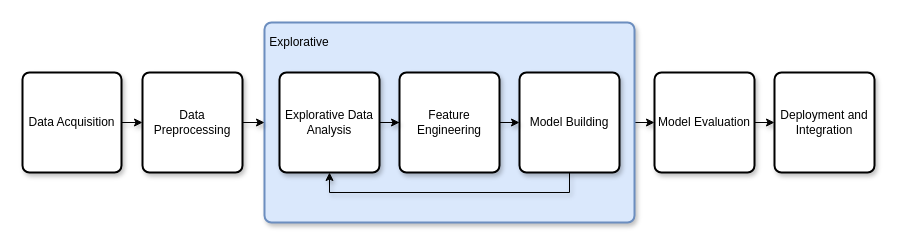
Earlier version of the draw.io diagram Untitled Diagram.drawio (laegsgaardTroels/diagrams). Source tidied: cells renumbered, new cells numbered last; positions are measured from the earlier drawing's top-left corner, leaving out a move shared by most shapes. Both pictures are drawn from the tidied source at 100%, with x=0, y=0 at pixel (22, 22).
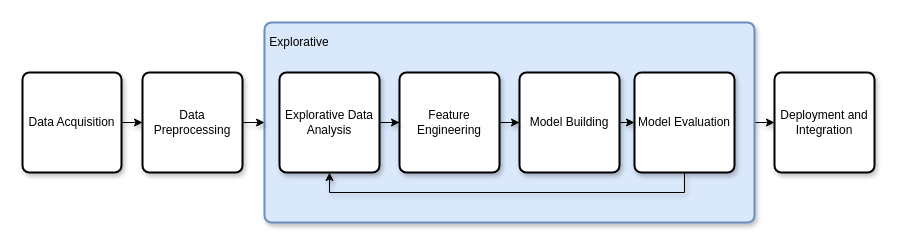
After the change.

Change to the diagram source:
```diff
@@
 <mxGraphModel>
   <root>
     <mxCell id="0" />
     <mxCell id="1" parent="0" />
-    <mxCell id="2" style="edgeStyle=orthogonalEdgeStyle;rounded=0;jettySize=auto;html=1;exitX=1;exitY=0.5;exitDx=0;exitDy=0;entryX=0;entryY=0.5;entryDx=0;entryDy=0;shadow=1;" parent="1" edge="1" source="3" target="9">
-      <mxGeometry relative="1" as="geometry" />
-    </mxCell>
+    <mxCell id="19" style="edgeStyle=orthogonalEdgeStyle;rounded=0;jettySize=auto;html=1;exitX=1;exitY=0.5;exitDx=0;exitDy=0;entryX=0;entryY=0.5;entryDx=0;entryDy=0;shadow=1;" parent="1" edge="1" source="3" target="10">
+      <mxGeometry relative="1" as="geometry" />
+    </mxCell>
     <mxCell id="3" style="rounded=1;whiteSpace=wrap;html=1;absoluteArcSize=1;arcSize=14;strokeWidth=2;shadow=1;fillColor=#dae8fc;strokeColor=#6c8ebf;glass=0;sketch=0;" parent="1" vertex="1">
-      <mxGeometry x="242" width="370" height="200" as="geometry" />
+      <mxGeometry x="242" width="490" height="200" as="geometry" />
     </mxCell>
     <mxCell id="4" style="edgeStyle=orthogonalEdgeStyle;rounded=0;jettySize=auto;html=1;exitX=1;exitY=0.5;exitDx=0;exitDy=0;entryX=0;entryY=0.5;entryDx=0;entryDy=0;shadow=1;" parent="1" edge="1" source="5" target="7">
       <mxGeometry relative="1" as="geometry" />
     </mxCell>
     <mxCell id="5" value="Data Acquisition" style="rounded=1;whiteSpace=wrap;html=1;absoluteArcSize=1;arcSize=14;strokeWidth=2;shadow=1;" parent="1" vertex="1">
       <mxGeometry y="50" width="99" height="100" as="geometry" />
     </mxCell>
     <mxCell id="6" style="edgeStyle=orthogonalEdgeStyle;rounded=0;jettySize=auto;html=1;exitX=1;exitY=0.5;exitDx=0;exitDy=0;entryX=0;entryY=0.5;entryDx=0;entryDy=0;shadow=1;" parent="1" edge="1" source="7" target="3">
       <mxGeometry relative="1" as="geometry" />
     </mxCell>
     <mxCell id="7" value="Data Preprocessing" style="rounded=1;whiteSpace=wrap;html=1;absoluteArcSize=1;arcSize=14;strokeWidth=2;shadow=1;" parent="1" vertex="1">
       <mxGeometry x="120" y="50" width="100" height="100" as="geometry" />
     </mxCell>
-    <mxCell id="8" style="edgeStyle=orthogonalEdgeStyle;rounded=0;jettySize=auto;html=1;exitX=1;exitY=0.5;exitDx=0;exitDy=0;entryX=0;entryY=0.5;entryDx=0;entryDy=0;shadow=1;" parent="1" edge="1" source="9" target="10">
-      <mxGeometry relative="1" as="geometry" />
-    </mxCell>
+    <mxCell id="20" style="edgeStyle=orthogonalEdgeStyle;rounded=0;jettySize=auto;html=1;exitX=0.5;exitY=1;exitDx=0;exitDy=0;entryX=0.5;entryY=1;entryDx=0;entryDy=0;shadow=1;" parent="1" edge="1" source="9" target="12">
+      <mxGeometry relative="1" as="geometry" />
+    </mxCell>
     <mxCell id="9" value="Model Evaluation" style="rounded=1;whiteSpace=wrap;html=1;absoluteArcSize=1;arcSize=14;strokeWidth=2;shadow=1;" parent="1" vertex="1">
-      <mxGeometry x="632" y="50" width="100" height="100" as="geometry" />
+      <mxGeometry x="612" y="50" width="100" height="100" as="geometry" />
     </mxCell>
     <mxCell id="10" value="Deployment and Integration" style="rounded=1;whiteSpace=wrap;html=1;absoluteArcSize=1;arcSize=14;strokeWidth=2;shadow=1;" parent="1" vertex="1">
       <mxGeometry x="752" y="50" width="100" height="100" as="geometry" />
     </mxCell>
     <mxCell id="11" style="group;shadow=1;" parent="1" vertex="1">
       <mxGeometry x="257" y="50" width="340" height="100" as="geometry" />
     </mxCell>
     <mxCell id="12" value="Explorative Data Analysis" style="rounded=1;whiteSpace=wrap;html=1;absoluteArcSize=1;arcSize=14;strokeWidth=2;shadow=1;" parent="11" vertex="1">
       <mxGeometry width="100" height="100" as="geometry" />
     </mxCell>
     <mxCell id="13" value="Feature Engineering" style="rounded=1;whiteSpace=wrap;html=1;absoluteArcSize=1;arcSize=14;strokeWidth=2;shadow=1;" parent="11" vertex="1">
       <mxGeometry x="120" width="100" height="100" as="geometry" />
     </mxCell>
     <mxCell id="14" style="edgeStyle=orthogonalEdgeStyle;rounded=0;jettySize=auto;html=1;exitX=1;exitY=0.5;exitDx=0;exitDy=0;shadow=1;" parent="11" edge="1" source="12" target="13">
       <mxGeometry as="geometry" />
     </mxCell>
-    <mxCell id="15" style="edgeStyle=orthogonalEdgeStyle;rounded=0;jettySize=auto;html=1;exitX=0.5;exitY=1;exitDx=0;exitDy=0;entryX=0.5;entryY=1;entryDx=0;entryDy=0;shadow=1;" parent="11" edge="1" source="16" target="12">
-      <mxGeometry relative="1" as="geometry" />
-    </mxCell>
     <mxCell id="16" value="Model Building" style="rounded=1;whiteSpace=wrap;html=1;absoluteArcSize=1;arcSize=14;strokeWidth=2;shadow=1;" parent="11" vertex="1">
       <mxGeometry x="240" width="100" height="100" as="geometry" />
     </mxCell>
     <mxCell id="17" style="edgeStyle=orthogonalEdgeStyle;rounded=0;jettySize=auto;html=1;exitX=1;exitY=0.5;exitDx=0;exitDy=0;entryX=0;entryY=0.5;entryDx=0;entryDy=0;shadow=1;" parent="11" edge="1" source="13" target="16">
       <mxGeometry as="geometry" />
     </mxCell>
     <mxCell id="18" value="Explorative" style="text;html=1;strokeColor=none;fillColor=none;align=center;verticalAlign=middle;whiteSpace=wrap;rounded=0;shadow=1;" parent="1" vertex="1">
       <mxGeometry x="257" y="10" width="40" height="20" as="geometry" />
     </mxCell>
+    <mxCell id="21" style="edgeStyle=orthogonalEdgeStyle;rounded=0;jettySize=auto;html=1;exitX=1;exitY=0.5;exitDx=0;exitDy=0;entryX=0;entryY=0.5;entryDx=0;entryDy=0;shadow=1;" parent="1" edge="1" source="16" target="9">
+      <mxGeometry relative="1" as="geometry" />
+    </mxCell>
   </root>
 </mxGraphModel>
```
